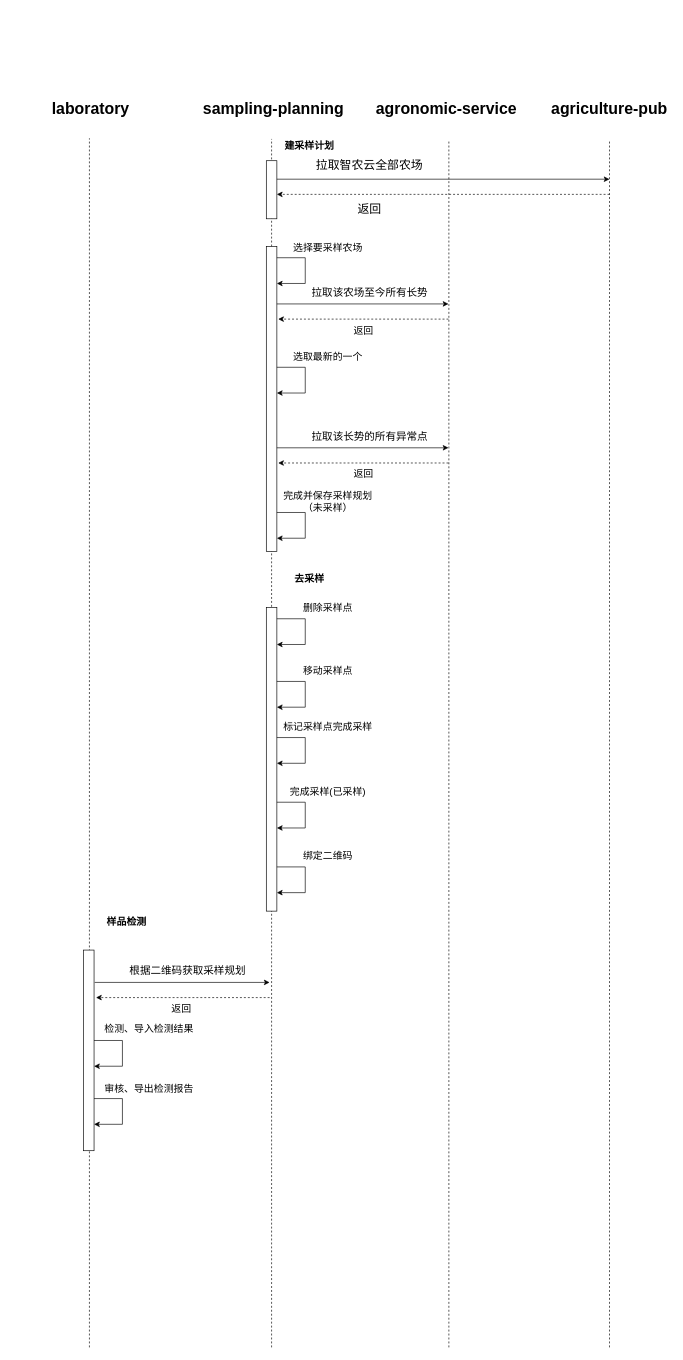
The draw.io diagram 植株检测流程图.drawio in RK-JD/DrawIO, before the edit. Source tidied: cells renumbered, new cells numbered last; positions are measured from the earlier drawing's top-left corner, leaving out a move shared by most shapes. Both pictures are drawn from the tidied source at 66%, with x=0, y=0 at pixel (11, 98).
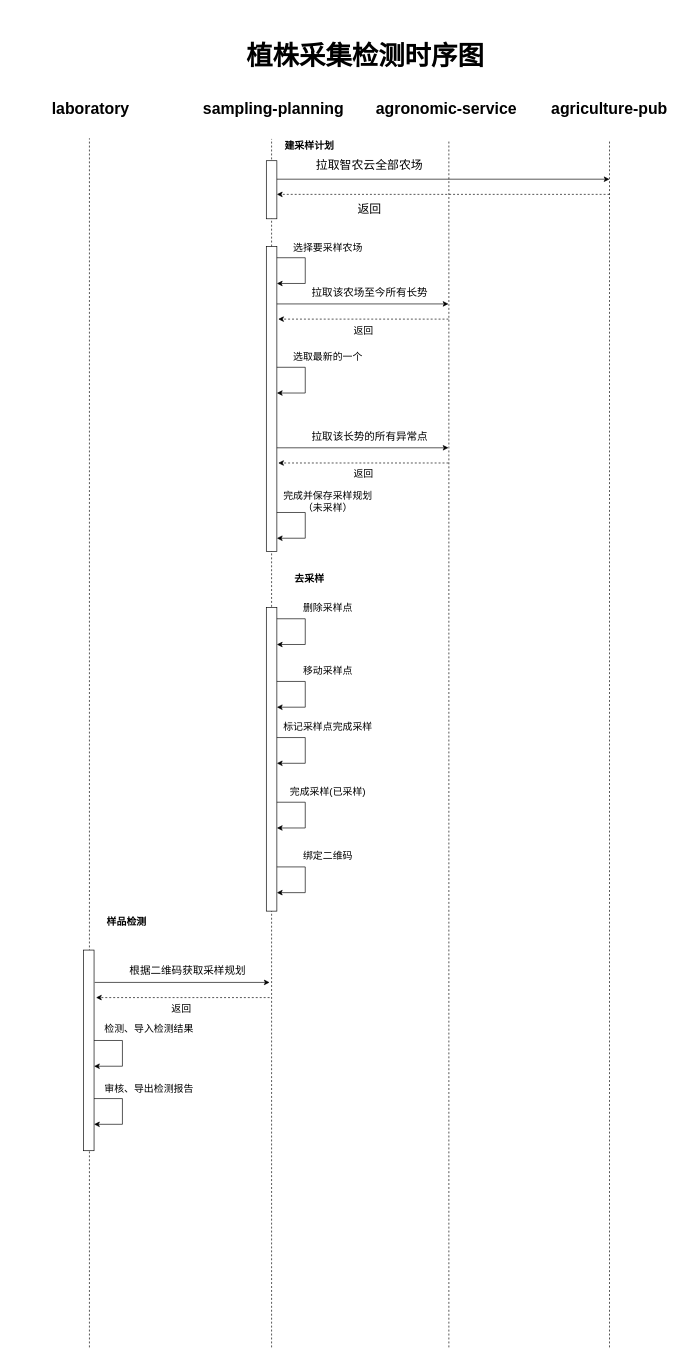
The same page after the edit.

Commit message:
更新植株检测流程图.drawio

Diff of the diagram source:
```diff
@@
+    <mxCell id="53" value="&lt;b&gt;&lt;font style=&quot;font-size: 40px;&quot;&gt;植株采集检测时序图&lt;/font&gt;&lt;/b&gt;" style="text;html=1;align=center;verticalAlign=middle;whiteSpace=wrap;rounded=0;" parent="1" vertex="1">
+      <mxGeometry x="344.5" y="-131" width="381.8" height="131" as="geometry" />
+    </mxCell>
```
